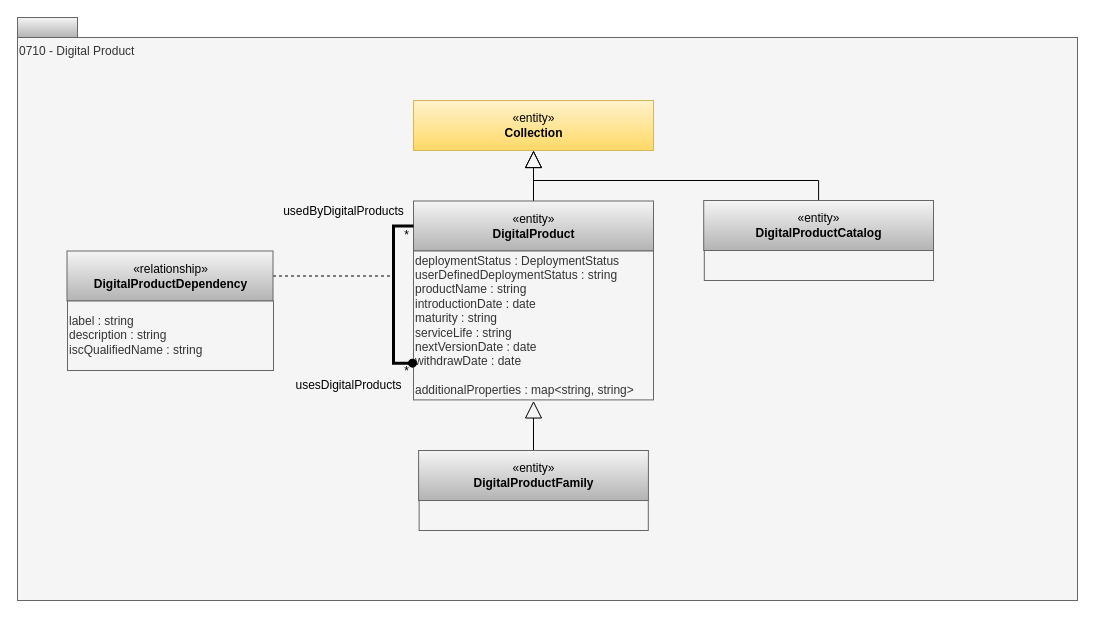
Above: page "0710-Digital-Products" (3 of 19) of site/docs/types/7/area-7-lineage.drawio in odpi/egeria-docs (draw.io), before the change. Source tidied: cells renumbered, new cells numbered last; positions are measured from the earlier drawing's top-left corner, leaving out a move shared by most shapes. Both pictures are drawn from the tidied source at 100%, with x=0, y=0 at pixel (17, 17).
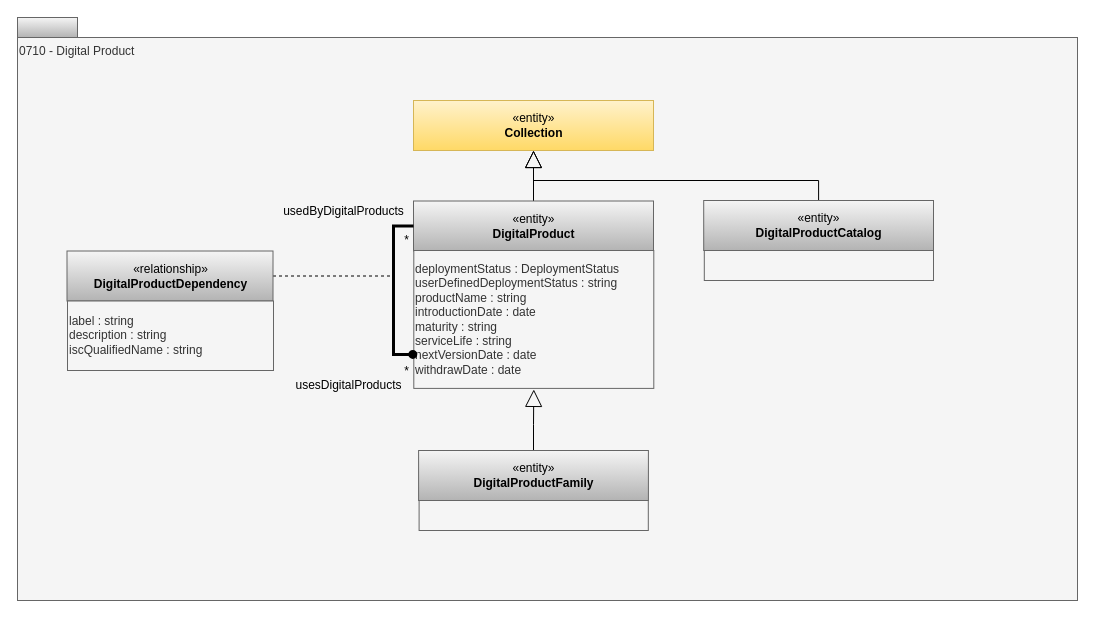
Above is the later version.

What changed in the source:
```diff
@@
-    <mxCell id="6" value="deploymentStatus : DeploymentStatus&lt;div&gt;userDefinedDeploymentStatus : string&lt;div&gt;productName : string&lt;/div&gt;&lt;div&gt;introductionDate : date&lt;br&gt;maturity : string&lt;br&gt;serviceLife : string&lt;br&gt;nextVersionDate : date&lt;br&gt;withdrawDate : date&lt;br&gt;&lt;/div&gt;&lt;div style=&quot;text-align: left&quot;&gt;&lt;/div&gt;&lt;/div&gt;&lt;br&gt;additionalProperties : map&amp;lt;string, string&amp;gt;" style="rounded=0;whiteSpace=wrap;html=1;strokeColor=#666666;align=left;perimeterSpacing=1;fillColor=#f5f5f5;fontColor=#333333;" parent="1" vertex="1">
-      <mxGeometry x="396" y="233.5" width="240" height="148.9" as="geometry" />
+    <mxCell id="6" value="deploymentStatus : DeploymentStatus&lt;div&gt;userDefinedDeploymentStatus : string&lt;div&gt;productName : string&lt;/div&gt;&lt;div&gt;introductionDate : date&lt;br&gt;maturity : string&lt;br&gt;serviceLife : string&lt;br&gt;nextVersionDate : date&lt;br&gt;withdrawDate : date&lt;/div&gt;&lt;/div&gt;" style="rounded=0;whiteSpace=wrap;html=1;strokeColor=#666666;align=left;perimeterSpacing=1;fillColor=#f5f5f5;fontColor=#333333;" parent="1" vertex="1">
+      <mxGeometry x="396.3" y="233" width="240" height="137.9" as="geometry" />
     </mxCell>
@@
     <mxCell id="12" value="*" style="text;html=1;align=center;verticalAlign=top;spacingTop=-4;" parent="1" vertex="1">
-      <mxGeometry x="381" y="208" width="15" height="14" as="geometry" />
+      <mxGeometry x="381" y="213" width="15" height="14" as="geometry" />
     </mxCell>
```
